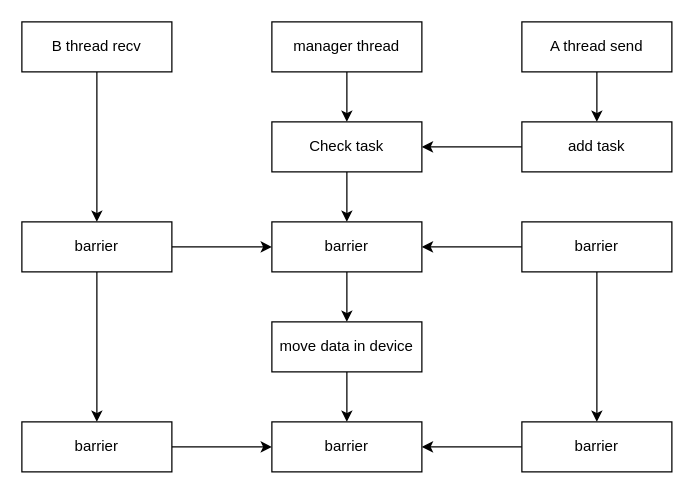
Above: TCCL/TCCLSendRecv.drawio in BEYHHH/SBLP (draw.io), before the change. Source tidied: cells renumbered, new cells numbered last; positions are measured from the earlier drawing's top-left corner, leaving out a move shared by most shapes. Both pictures are drawn from the tidied source at 125%, with x=0, y=0 at pixel (21, 21).
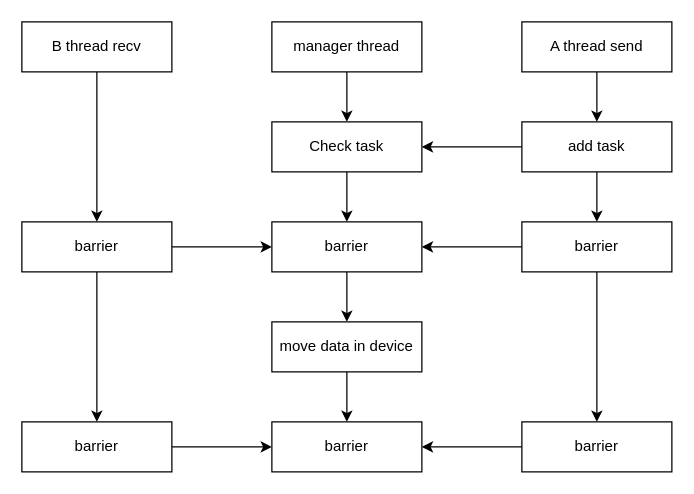
The same diagram, later.

Unchanged cells that the change refers to:
```xml
<mxCell id="5" value="add task" style="rounded=0;whiteSpace=wrap;html=1;" parent="1" vertex="1">
  <mxGeometry x="400" y="80" width="120" height="40" as="geometry" />
</mxCell>
<mxCell id="21" value="barrier" style="rounded=0;whiteSpace=wrap;html=1;" parent="1" vertex="1">
  <mxGeometry x="400" y="160" width="120" height="40" as="geometry" />
</mxCell>
```

What changed in the source:
```diff
@@
+    <mxCell id="27" style="edgeStyle=orthogonalEdgeStyle;rounded=0;jettySize=auto;html=1;" parent="1" edge="1" source="5" target="21">
+      <mxGeometry relative="1" as="geometry" />
+    </mxCell>
```
